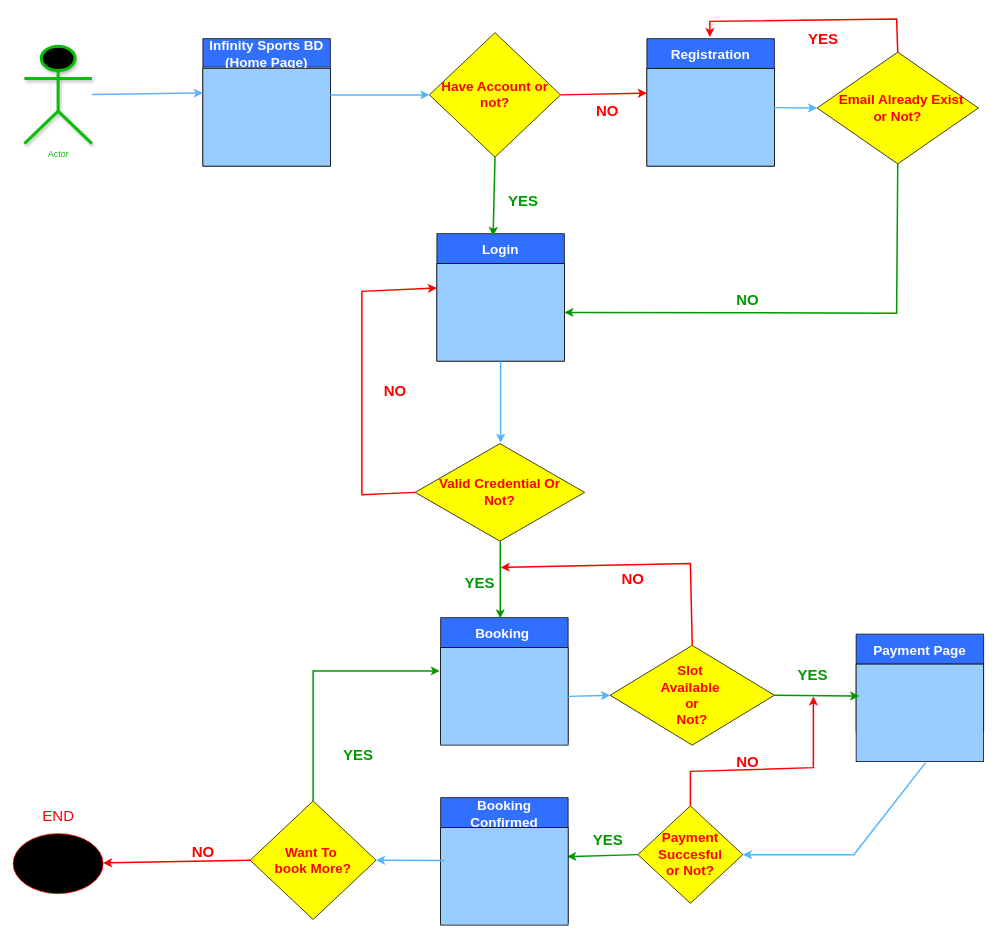
Before: Untitled Diagram.drawio in Skippersquareroot100/Advvance-Database, a draw.io diagram. Source tidied: cells renumbered, new cells numbered last; positions are measured from the earlier drawing's top-left corner, leaving out a move shared by most shapes. Both pictures are drawn from the tidied source at 75%, with x=0, y=0 at pixel (13, 19).
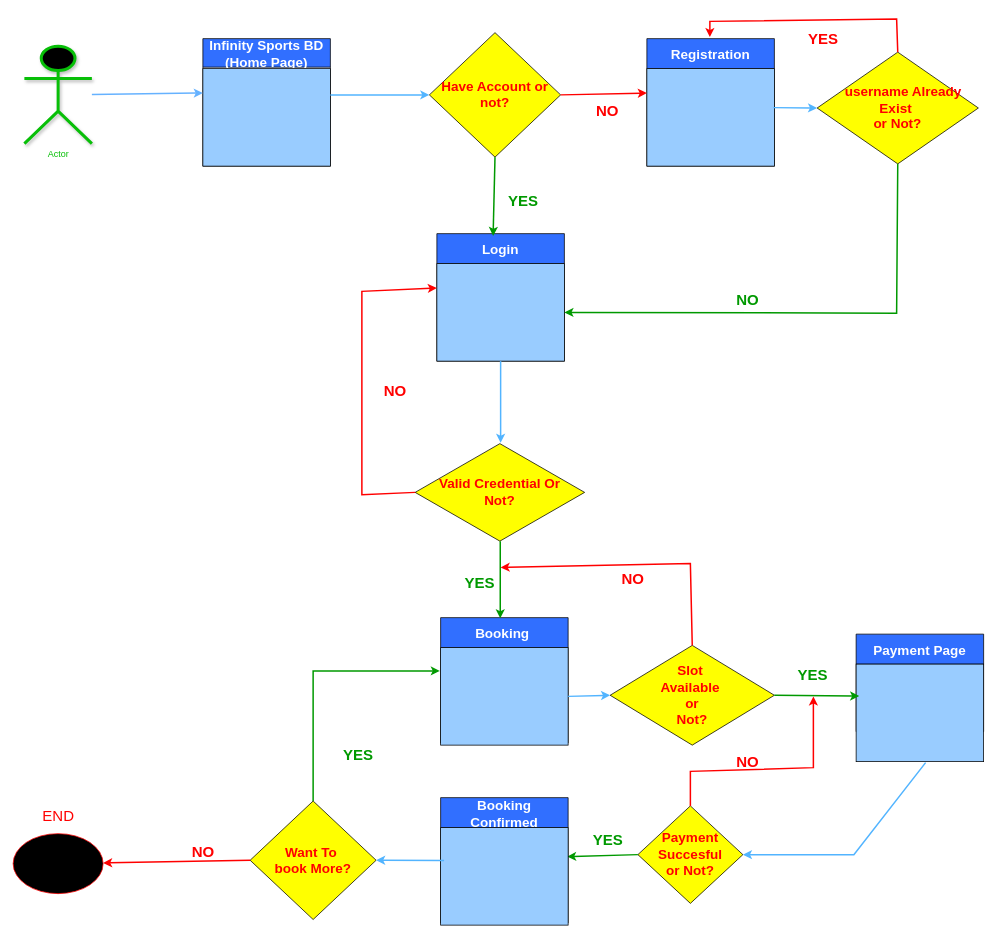
The same page after the edit.

The edit, as a diff of the source:
```diff
@@
-    <mxCell id="20" value="&lt;font style=&quot;color: rgb(255, 0, 0); font-size: 18px;&quot;&gt;&lt;b style=&quot;&quot;&gt;&amp;nbsp; &amp;nbsp;Email Already Exist&amp;nbsp;&lt;/b&gt;&lt;/font&gt;&lt;div&gt;&lt;font style=&quot;color: rgb(255, 0, 0); font-size: 18px;&quot;&gt;&lt;b style=&quot;&quot;&gt;or Not?&lt;/b&gt;&lt;/font&gt;&lt;/div&gt;" style="rhombus;whiteSpace=wrap;html=1;fillColor=light-dark(#FFFF00,#FFFF00);" parent="1" vertex="1">
+    <mxCell id="20" value="&lt;font style=&quot;color: rgb(255, 0, 0); font-size: 18px;&quot;&gt;&lt;b style=&quot;&quot;&gt;&amp;nbsp; &amp;nbsp;username Already Exist&amp;nbsp;&lt;/b&gt;&lt;/font&gt;&lt;div&gt;&lt;font style=&quot;color: rgb(255, 0, 0); font-size: 18px;&quot;&gt;&lt;b style=&quot;&quot;&gt;or Not?&lt;/b&gt;&lt;/font&gt;&lt;/div&gt;" style="rhombus;whiteSpace=wrap;html=1;fillColor=light-dark(#FFFF00,#FFFF00);" parent="1" vertex="1">
       <mxGeometry x="1072" y="44" width="215" height="149" as="geometry" />
     </mxCell>
```
